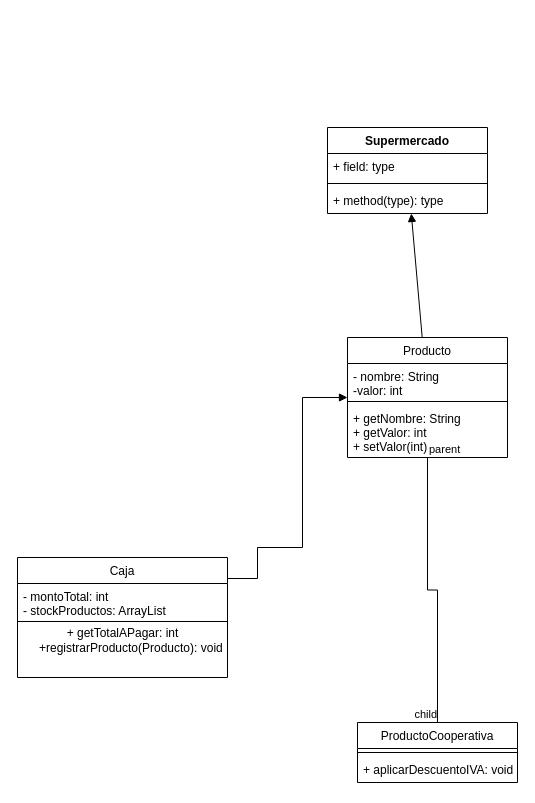
The draw.io diagram tp4_POOenJava/tp4_POOenJava/Untitled Diagram.drawio in lucianosantoleri/Obj2-UNQ-Santoleri, before the edit. Source tidied: cells renumbered, new cells numbered last; positions are measured from the earlier drawing's top-left corner, leaving out a move shared by most shapes. Both pictures are drawn from the tidied source at 100%, with x=0, y=0 at pixel (17, 127).
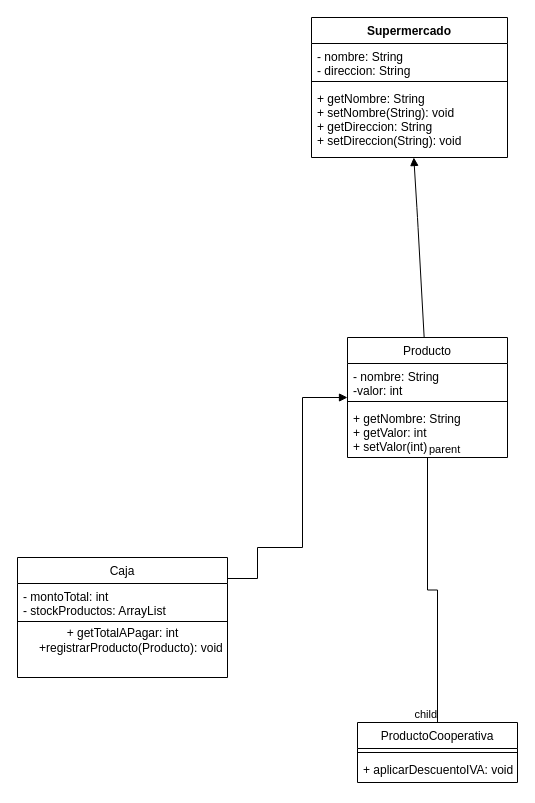
After the change.

Unchanged cells that the change refers to:
```xml
<mxCell id="6" value="Producto" style="swimlane;fontStyle=0;align=center;verticalAlign=top;horizontal=1;startSize=26;" parent="1" vertex="1">
  <mxGeometry x="330" y="210" width="160" height="120" as="geometry" />
</mxCell>
```

The edit, as a diff of the source:
```diff
@@
     <mxCell id="17" value="Supermercado" style="swimlane;fontStyle=1;align=center;verticalAlign=top;horizontal=1;startSize=26;" parent="1" vertex="1">
-      <mxGeometry x="310" width="160" height="86" as="geometry" />
+      <mxGeometry x="294" y="-110" width="196" height="140" as="geometry" />
     </mxCell>
-    <mxCell id="18" value="+ field: type" style="text;strokeColor=none;fillColor=none;align=left;verticalAlign=top;spacingLeft=4;spacingRight=4;overflow=hidden;" parent="17" vertex="1">
-      <mxGeometry y="26" width="160" height="26" as="geometry" />
+    <mxCell id="18" value="- nombre: String&#10;- direccion: String" style="text;strokeColor=none;fillColor=none;align=left;verticalAlign=top;spacingLeft=4;spacingRight=4;overflow=hidden;" parent="17" vertex="1">
+      <mxGeometry y="26" width="196" height="34" as="geometry" />
     </mxCell>
     <mxCell id="19" style="line;strokeWidth=1;fillColor=none;align=left;verticalAlign=middle;spacingTop=-1;spacingLeft=3;spacingRight=3;labelPosition=right;" parent="17" vertex="1">
-      <mxGeometry y="52" width="160" height="8" as="geometry" />
+      <mxGeometry y="60" width="196" height="8" as="geometry" />
     </mxCell>
-    <mxCell id="20" value="+ method(type): type" style="text;strokeColor=none;fillColor=none;align=left;verticalAlign=top;spacingLeft=4;spacingRight=4;overflow=hidden;" parent="17" vertex="1">
-      <mxGeometry y="60" width="160" height="26" as="geometry" />
+    <mxCell id="20" value="+ getNombre: String&#10;+ setNombre(String): void&#10;+ getDireccion: String&#10;+ setDireccion(String): void" style="text;strokeColor=none;fillColor=none;align=left;verticalAlign=top;spacingLeft=4;spacingRight=4;overflow=hidden;" parent="17" vertex="1">
+      <mxGeometry y="68" width="196" height="72" as="geometry" />
     </mxCell>
     <mxCell id="21" style="html=1;verticalAlign=bottom;endArrow=block;" parent="1" edge="1" source="6" target="17">
-      <mxGeometry x="-0.13" y="-70" relative="1" as="geometry" />
+      <mxGeometry x="-0.13" y="-70" relative="1" as="geometry">
+        <Array as="points">
+          <mxPoint x="400" y="90" />
+        </Array>
+      </mxGeometry>
     </mxCell>
```
